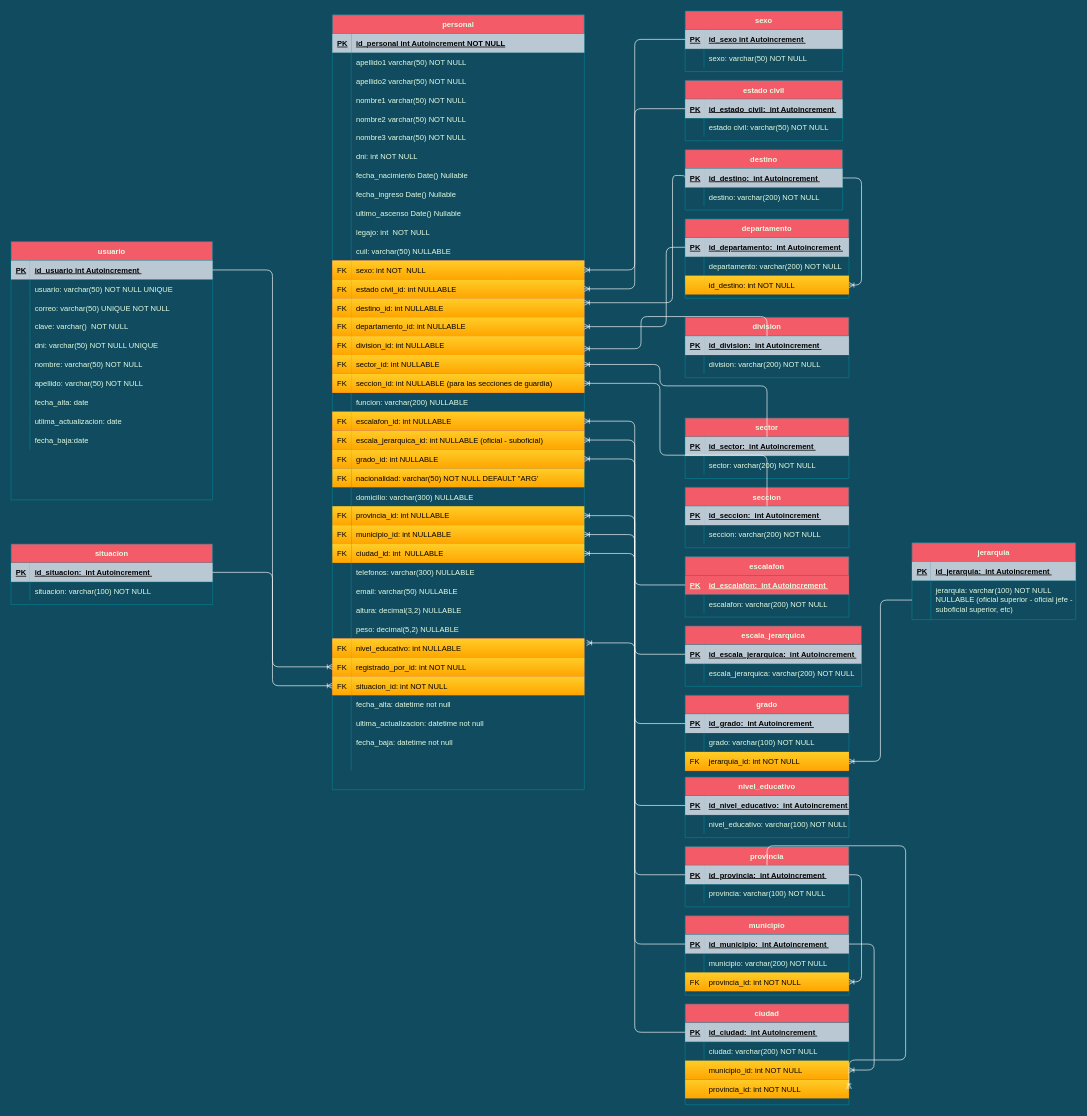
This is Cuerpo Penitenciario.drawio from FSALVA157/EsquemasER, a draw.io file, before an edit. Source tidied: cells renumbered, new cells numbered last; positions are measured from the earlier drawing's top-left corner, leaving out a move shared by most shapes. Both pictures are drawn from the tidied source at 63%, with x=0, y=0 at pixel (11, 11).
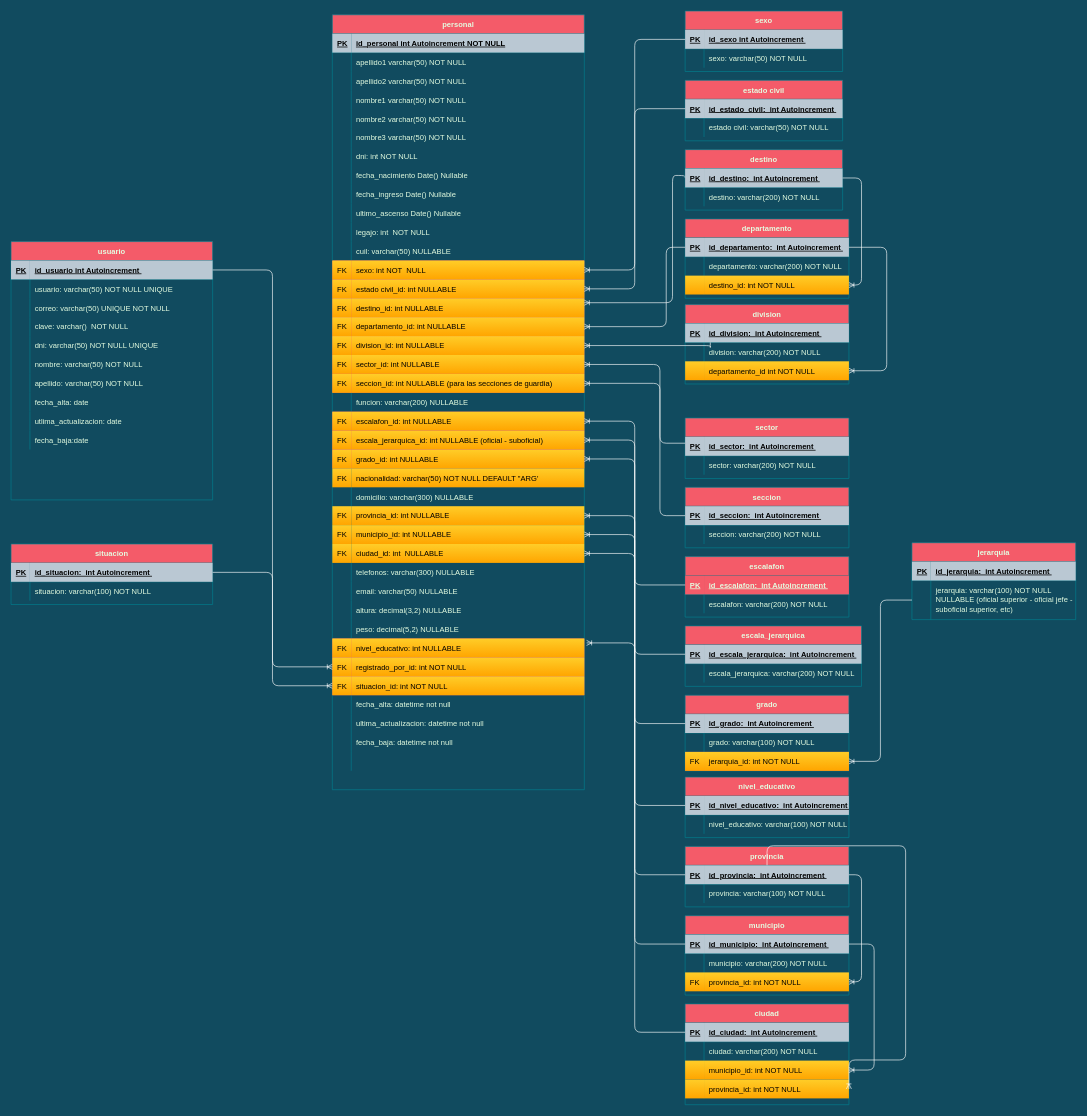
After the change.

Unchanged cells that the change refers to:
```xml
<mxCell id="51" style="shape=partialRectangle;fillColor=#F45B69;points=[[0,0.5],[1,0.5]];portConstraint=eastwest;top=0;left=0;right=0;bottom=0;strokeColor=#028090;fontColor=#E4FDE1;" parent="2" vertex="1">
  <mxGeometry y="510" width="400" height="30" as="geometry" />
</mxCell>
<mxCell id="54" style="shape=partialRectangle;fillColor=#F45B69;points=[[0,0.5],[1,0.5]];portConstraint=eastwest;top=0;left=0;right=0;bottom=0;strokeColor=#028090;fontColor=#E4FDE1;" parent="2" vertex="1">
  <mxGeometry y="540" width="400" height="30" as="geometry" />
</mxCell>
<mxCell id="57" style="shape=partialRectangle;fillColor=#F45B69;points=[[0,0.5],[1,0.5]];portConstraint=eastwest;top=0;left=0;right=0;bottom=0;strokeColor=#028090;fontColor=#E4FDE1;" parent="2" vertex="1">
  <mxGeometry y="570" width="400" height="30" as="geometry" />
</mxCell>
<mxCell id="143" style="shape=partialRectangle;fillColor=none;points=[[0,0.5],[1,0.5]];portConstraint=eastwest;top=0;left=0;right=0;bottom=1;strokeColor=#028090;fontColor=#E4FDE1;" parent="142" vertex="1">
  <mxGeometry y="30" width="260" height="30" as="geometry" />
</mxCell>
<mxCell id="149" style="shape=partialRectangle;fillColor=none;points=[[0,0.5],[1,0.5]];portConstraint=eastwest;top=0;left=0;right=0;bottom=0;strokeColor=#028090;fontColor=#E4FDE1;" parent="142" vertex="1">
  <mxGeometry y="90" width="260" height="30" as="geometry" />
</mxCell>
<mxCell id="153" style="shape=partialRectangle;fillColor=none;points=[[0,0.5],[1,0.5]];portConstraint=eastwest;top=0;left=0;right=0;bottom=1;strokeColor=#028090;fontColor=#E4FDE1;" parent="152" vertex="1">
  <mxGeometry y="30" width="260" height="30" as="geometry" />
</mxCell>
<mxCell id="160" style="shape=partialRectangle;fillColor=none;points=[[0,0.5],[1,0.5]];portConstraint=eastwest;top=0;left=0;right=0;bottom=1;strokeColor=#028090;fontColor=#E4FDE1;" parent="159" vertex="1">
  <mxGeometry y="30" width="260" height="30" as="geometry" />
</mxCell>
<mxCell id="172" style="shape=partialRectangle;fillColor=none;points=[[0,0.5],[1,0.5]];portConstraint=eastwest;top=0;left=0;right=0;bottom=1;strokeColor=#028090;fontColor=#E4FDE1;" parent="171" vertex="1">
  <mxGeometry y="30" width="260" height="30" as="geometry" />
</mxCell>
```

The edit, as a diff of the source:
```diff
@@
-    <mxCell id="151" value="id_destino: int NOT NULL" style="shape=partialRectangle;overflow=hidden;fillColor=#ffcd28;top=0;left=0;bottom=0;right=0;align=left;spacingLeft=6;strokeColor=#d79b00;fontColor=#000000;strokeWidth=1;gradientColor=#ffa500;" parent="149" vertex="1">
+    <mxCell id="151" value="destino_id: int NOT NULL" style="shape=partialRectangle;overflow=hidden;fillColor=#ffcd28;top=0;left=0;bottom=0;right=0;align=left;spacingLeft=6;strokeColor=#d79b00;fontColor=#000000;strokeWidth=1;gradientColor=#ffa500;" parent="149" vertex="1">
       <mxGeometry x="30" width="230" height="30" as="geometry" />
     </mxCell>
     <mxCell id="152" value="division" style="shape=table;startSize=30;childLayout=tableLayout;rowLines=0;fontStyle=1;align=center;fillColor=#F45B69;strokeColor=#028090;fontColor=#E4FDE1;" parent="1" vertex="1">
-      <mxGeometry x="1070" y="486" width="260" height="96" as="geometry" />
+      <mxGeometry x="1070" y="466" width="260" height="126" as="geometry" />
     </mxCell>
@@
+    <mxCell id="299" style="shape=partialRectangle;fillColor=none;points=[[0,0.5],[1,0.5]];portConstraint=eastwest;top=0;left=0;right=0;bottom=0;strokeColor=#028090;fontColor=#E4FDE1;" parent="152" vertex="1">
+      <mxGeometry y="90" width="260" height="30" as="geometry" />
+    </mxCell>
+    <mxCell id="300" style="shape=partialRectangle;overflow=hidden;fillColor=#ffcd28;top=0;left=0;bottom=0;right=0;strokeColor=#d79b00;fontColor=#000000;align=left;strokeWidth=1;gradientColor=#ffa500;spacingLeft=6;" parent="299" vertex="1">
+      <mxGeometry width="30" height="30" as="geometry" />
+    </mxCell>
+    <mxCell id="301" value="departamento_id int NOT NULL" style="shape=partialRectangle;overflow=hidden;fillColor=#ffcd28;top=0;left=0;bottom=0;right=0;align=left;spacingLeft=6;strokeColor=#d79b00;fontColor=#000000;strokeWidth=1;gradientColor=#ffa500;" parent="299" vertex="1">
+      <mxGeometry x="30" width="230" height="30" as="geometry" />
+    </mxCell>
@@
     <mxCell id="169" style="edgeStyle=orthogonalEdgeStyle;jettySize=auto;html=1;endArrow=ERoneToMany;endFill=0;strokeColor=#FFFFFF;fontColor=#000000;labelBackgroundColor=#ffffff;" parent="1" edge="1" source="153" target="51">
       <mxGeometry relative="1" as="geometry">
         <Array as="points">
-          <mxPoint x="1000" y="485" />
-          <mxPoint x="1000" y="536" />
+          <mxPoint x="1110" y="536" />
+          <mxPoint x="1110" y="536" />
         </Array>
       </mxGeometry>
     </mxCell>
     <mxCell id="170" style="edgeStyle=orthogonalEdgeStyle;jettySize=auto;html=1;entryX=1;entryY=0.5;entryDx=0;entryDy=0;endArrow=ERoneToMany;endFill=0;strokeColor=#FFFFFF;fontColor=#000000;labelBackgroundColor=#ffffff;" parent="1" edge="1" source="160" target="54">
       <mxGeometry relative="1" as="geometry">
         <Array as="points">
-          <mxPoint x="1030" y="595" />
+          <mxPoint x="1030" y="686" />
           <mxPoint x="1030" y="561" />
         </Array>
       </mxGeometry>
     </mxCell>
@@
     <mxCell id="178" style="edgeStyle=orthogonalEdgeStyle;jettySize=auto;html=1;entryX=1;entryY=0.5;entryDx=0;entryDy=0;endArrow=ERoneToMany;endFill=0;strokeColor=#FFFFFF;fontColor=#000000;labelBackgroundColor=#ffffff;" parent="1" edge="1" source="172" target="57">
       <mxGeometry relative="1" as="geometry">
         <Array as="points">
-          <mxPoint x="1030" y="705" />
+          <mxPoint x="1030" y="801" />
           <mxPoint x="1030" y="591" />
         </Array>
       </mxGeometry>
     </mxCell>
@@
+    <mxCell id="302" style="edgeStyle=orthogonalEdgeStyle;rounded=1;jettySize=auto;html=1;strokeColor=#FFFFFF;endFill=0;endArrow=ERoneToMany;" parent="1" edge="1" source="143" target="299">
+      <mxGeometry relative="1" as="geometry">
+        <Array as="points">
+          <mxPoint x="1390" y="375" />
+          <mxPoint x="1390" y="571" />
+        </Array>
+      </mxGeometry>
+    </mxCell>
```
